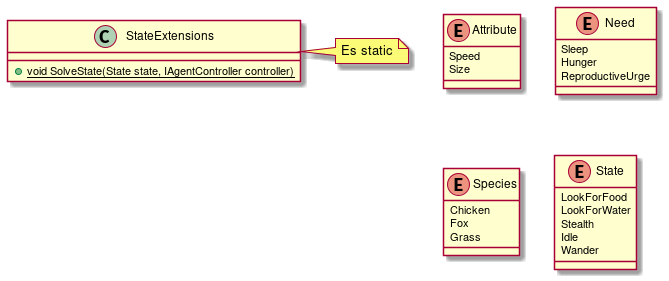
markovia-team/markovia keeps this PlantUML diagram as Assets/UMLs/Enums.png. Above is the earlier version.
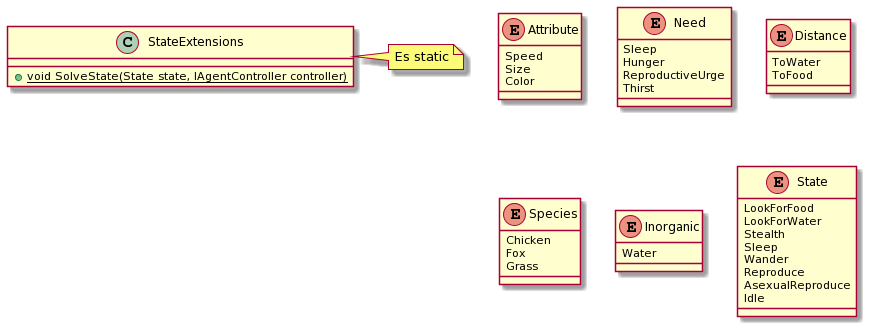
The same file after the commit.

The edit, as a diff of the source:
```diff
@@ -2,12 +2,19 @@
 enum Attribute {
 Speed
 Size
+Color
 }
 
 enum Need {
 Sleep
 Hunger
 ReproductiveUrge
+Thirst
+}
+
+enum Distance {
+ToWater
+ToFood
 }
 
 enum Species {
@@ -16,12 +23,19 @@
 Grass
 }
 
+enum Inorganic {
+Water
+}
+
 enum State {
 LookForFood
 LookForWater
 Stealth
+Sleep
+Wander
+Reproduce
+AsexualReproduce
 Idle
-Wander
 }
 
 class StateExtensions {
@@ -31,5 +45,4 @@
 note right of StateExtensions
 Es static
 end note
-
 @enduml
```
